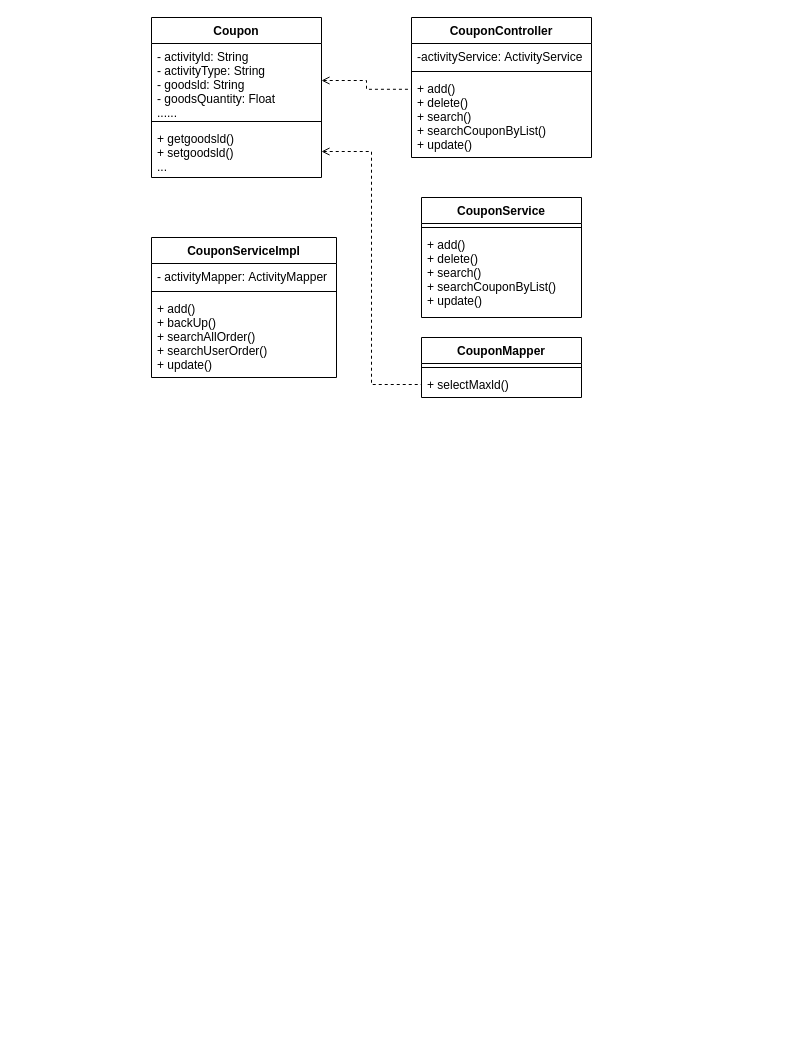
hongkingking/hkk keeps this draw.io diagram as page "Page-23" (22 of 23) of Untitled Diagram.drawio. Above is the earlier version. Source tidied: cells renumbered, new cells numbered last; positions are measured from the earlier drawing's top-left corner, leaving out a move shared by most shapes. Both pictures are drawn from the tidied source at 100%, with x=0, y=0 at pixel (151, 17).
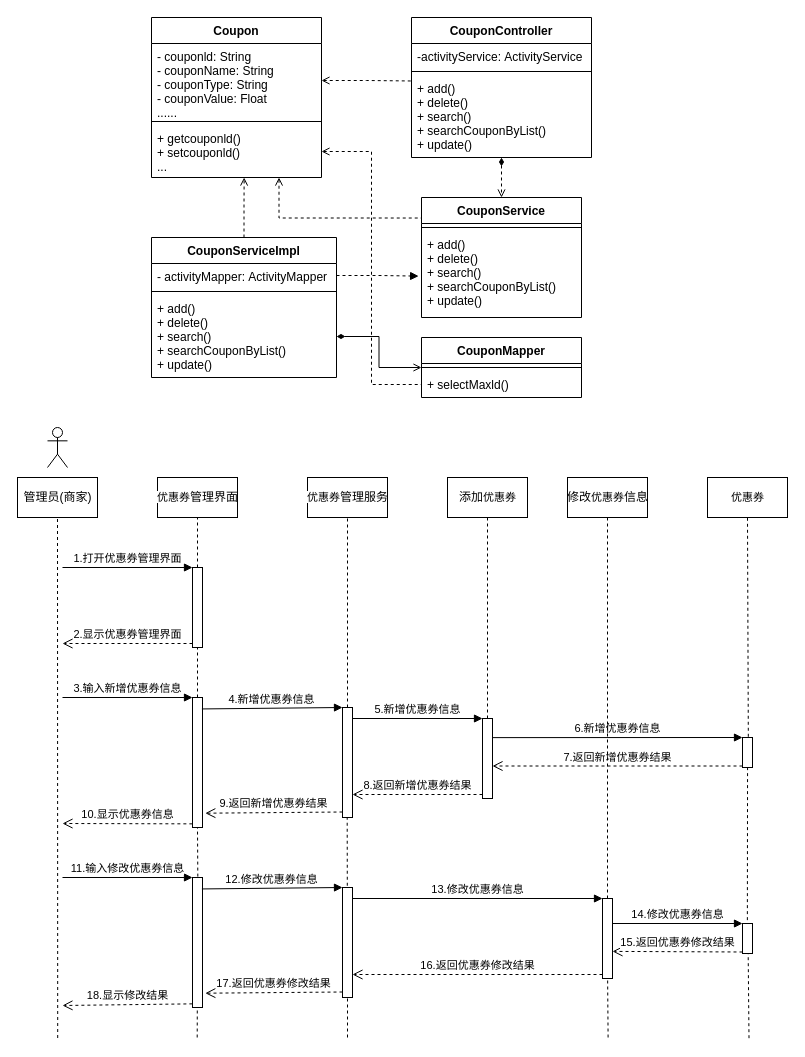
After the change.

Unchanged cells that the change refers to:
```xml
<mxCell id="2" value="CouponController" style="swimlane;fontStyle=1;align=center;verticalAlign=top;horizontal=1;startSize=26;" parent="1" vertex="1">
  <mxGeometry x="260" width="180" height="140" as="geometry" />
</mxCell>
<mxCell id="5" value="+ add()&#10;+ delete()&#10;+ search()&#10;+ searchCouponByList()&#10;+ update()&#10;" style="text;strokeColor=none;fillColor=none;align=left;verticalAlign=top;spacingLeft=4;spacingRight=4;overflow=hidden;points=[[0,0.5],[1,0.5]];portConstraint=eastwest;" parent="2" vertex="1">
  <mxGeometry y="58" width="180" height="82" as="geometry" />
</mxCell>
<mxCell id="6" value="Coupon" style="swimlane;fontStyle=1;align=center;verticalAlign=top;horizontal=1;startSize=26;" parent="1" vertex="1">
  <mxGeometry width="170" height="160" as="geometry" />
</mxCell>
<mxCell id="10" value="CouponService" style="swimlane;fontStyle=1;align=center;verticalAlign=top;horizontal=1;startSize=26;" parent="1" vertex="1">
  <mxGeometry x="270" y="180" width="160" height="120" as="geometry" />
</mxCell>
<mxCell id="12" value="+ add()&#10;+ delete()&#10;+ search()&#10;+ searchCouponByList()&#10;+ update()&#10;" style="text;strokeColor=none;fillColor=none;align=left;verticalAlign=top;spacingLeft=4;spacingRight=4;overflow=hidden;points=[[0,0.5],[1,0.5]];portConstraint=eastwest;" parent="10" vertex="1">
  <mxGeometry y="34" width="160" height="86" as="geometry" />
</mxCell>
<mxCell id="15" value="CouponServiceImpl" style="swimlane;fontStyle=1;align=center;verticalAlign=top;horizontal=1;startSize=26;" parent="1" vertex="1">
  <mxGeometry y="220" width="185" height="140" as="geometry" />
</mxCell>
<mxCell id="16" value="- activityMapper: ActivityMapper&#10;" style="text;strokeColor=none;fillColor=none;align=left;verticalAlign=top;spacingLeft=4;spacingRight=4;overflow=hidden;points=[[0,0.5],[1,0.5]];portConstraint=eastwest;" parent="15" vertex="1">
  <mxGeometry y="26" width="185" height="24" as="geometry" />
</mxCell>
<mxCell id="19" value="CouponMapper" style="swimlane;fontStyle=1;align=center;verticalAlign=top;horizontal=1;startSize=26;" parent="1" vertex="1">
  <mxGeometry x="270" y="320" width="160" height="60" as="geometry" />
</mxCell>
```

Diff of the diagram source:
```diff
@@
+    <mxCell id="24" style="edgeStyle=orthogonalEdgeStyle;rounded=0;jettySize=auto;html=1;exitX=0.5;exitY=1;exitDx=0;exitDy=0;entryX=0.5;entryY=0;entryDx=0;entryDy=0;dashed=1;startArrow=diamondThin;startFill=1;endArrow=open;endFill=0;" parent="1" edge="1" source="2" target="10">
+      <mxGeometry relative="1" as="geometry" />
+    </mxCell>
@@
+    <mxCell id="25" style="edgeStyle=orthogonalEdgeStyle;rounded=0;jettySize=auto;html=1;exitX=0.75;exitY=1;exitDx=0;exitDy=0;entryX=0.003;entryY=0.171;entryDx=0;entryDy=0;entryPerimeter=0;startArrow=open;startFill=0;endArrow=none;endFill=0;dashed=1;" parent="1" edge="1" source="6" target="10">
+      <mxGeometry relative="1" as="geometry" />
+    </mxCell>
@@
-    <mxCell id="7" value="- activityld: String&#10;- activityType: String&#10;- goodsld: String&#10;- goodsQuantity: Float&#10;...... " style="text;strokeColor=none;fillColor=none;align=left;verticalAlign=top;spacingLeft=4;spacingRight=4;overflow=hidden;points=[[0,0.5],[1,0.5]];portConstraint=eastwest;" parent="6" vertex="1">
+    <mxCell id="7" value="- couponld: String&#10;- couponName: String&#10;- couponType: String&#10;- couponValue: Float&#10;...... " style="text;strokeColor=none;fillColor=none;align=left;verticalAlign=top;spacingLeft=4;spacingRight=4;overflow=hidden;points=[[0,0.5],[1,0.5]];portConstraint=eastwest;" parent="6" vertex="1">
       <mxGeometry y="26" width="170" height="74" as="geometry" />
     </mxCell>
@@
-    <mxCell id="9" value="+ getgoodsld()&#10;+ setgoodsld()&#10;..." style="text;strokeColor=none;fillColor=none;align=left;verticalAlign=top;spacingLeft=4;spacingRight=4;overflow=hidden;points=[[0,0.5],[1,0.5]];portConstraint=eastwest;" parent="6" vertex="1">
+    <mxCell id="9" value="+ getcouponld()&#10;+ setcouponld()&#10;..." style="text;strokeColor=none;fillColor=none;align=left;verticalAlign=top;spacingLeft=4;spacingRight=4;overflow=hidden;points=[[0,0.5],[1,0.5]];portConstraint=eastwest;" parent="6" vertex="1">
       <mxGeometry y="108" width="170" height="52" as="geometry" />
     </mxCell>
@@
+    <mxCell id="26" style="edgeStyle=orthogonalEdgeStyle;rounded=0;jettySize=auto;html=1;exitX=0.5;exitY=0;exitDx=0;exitDy=0;entryX=0.545;entryY=1;entryDx=0;entryDy=0;entryPerimeter=0;dashed=1;startArrow=none;startFill=0;endArrow=open;endFill=0;" parent="1" edge="1" source="15" target="9">
+      <mxGeometry relative="1" as="geometry" />
+    </mxCell>
@@
-    <mxCell id="18" value="+ add()&#10;+ backUp()&#10;+ searchAllOrder()&#10;+ searchUserOrder()&#10;+ update()" style="text;strokeColor=none;fillColor=none;align=left;verticalAlign=top;spacingLeft=4;spacingRight=4;overflow=hidden;points=[[0,0.5],[1,0.5]];portConstraint=eastwest;" parent="15" vertex="1">
+    <mxCell id="18" value="+ add()&#10;+ delete()&#10;+ search()&#10;+ searchCouponByList()&#10;+ update()" style="text;strokeColor=none;fillColor=none;align=left;verticalAlign=top;spacingLeft=4;spacingRight=4;overflow=hidden;points=[[0,0.5],[1,0.5]];portConstraint=eastwest;" parent="15" vertex="1">
       <mxGeometry y="58" width="185" height="82" as="geometry" />
     </mxCell>
@@
-    <mxCell id="23" style="edgeStyle=orthogonalEdgeStyle;rounded=0;jettySize=auto;html=1;exitX=1;exitY=0.5;exitDx=0;exitDy=0;entryX=0.001;entryY=0.168;entryDx=0;entryDy=0;entryPerimeter=0;dashed=1;startArrow=open;startFill=0;endArrow=none;endFill=0;" parent="1" edge="1" source="7" target="5">
+    <mxCell id="23" style="edgeStyle=orthogonalEdgeStyle;rounded=0;jettySize=auto;html=1;exitX=1;exitY=0.5;exitDx=0;exitDy=0;entryX=0.005;entryY=0.067;entryDx=0;entryDy=0;entryPerimeter=0;dashed=1;startArrow=open;startFill=0;endArrow=none;endFill=0;" parent="1" edge="1" source="7" target="5">
       <mxGeometry relative="1" as="geometry" />
     </mxCell>
+    <mxCell id="27" style="edgeStyle=orthogonalEdgeStyle;rounded=0;jettySize=auto;html=1;exitX=1;exitY=0.5;exitDx=0;exitDy=0;entryX=-0.018;entryY=0.519;entryDx=0;entryDy=0;entryPerimeter=0;dashed=1;startArrow=none;startFill=0;endArrow=block;endFill=1;" parent="1" edge="1" source="16" target="12">
+      <mxGeometry relative="1" as="geometry" />
+    </mxCell>
+    <mxCell id="28" style="edgeStyle=orthogonalEdgeStyle;rounded=0;jettySize=auto;html=1;exitX=1;exitY=0.5;exitDx=0;exitDy=0;entryX=0;entryY=0.5;entryDx=0;entryDy=0;startArrow=diamondThin;startFill=1;endArrow=open;endFill=0;" parent="1" edge="1" source="18" target="19">
+      <mxGeometry relative="1" as="geometry" />
+    </mxCell>
+    <mxCell id="29" value="&lt;span style=&quot;font-size: 11px ; background-color: rgb(255 , 255 , 255)&quot;&gt;优惠券&lt;/span&gt;管理界面" style="html=1;strokeWidth=1;" parent="1" vertex="1">
+      <mxGeometry x="6" y="460" width="80" height="40" as="geometry" />
+    </mxCell>
+    <mxCell id="30" value="&lt;span style=&quot;font-size: 11px ; background-color: rgb(255 , 255 , 255)&quot;&gt;优惠券&lt;/span&gt;管理服务" style="html=1;strokeWidth=1;" parent="1" vertex="1">
+      <mxGeometry x="156" y="460" width="80" height="40" as="geometry" />
+    </mxCell>
+    <mxCell id="31" value="添加&lt;span style=&quot;font-size: 11px ; background-color: rgb(255 , 255 , 255)&quot;&gt;优惠券&lt;/span&gt;" style="html=1;strokeWidth=1;" parent="1" vertex="1">
+      <mxGeometry x="296" y="460" width="80" height="40" as="geometry" />
+    </mxCell>
+    <mxCell id="32" value="修改&lt;span style=&quot;font-size: 11px ; background-color: rgb(255 , 255 , 255)&quot;&gt;优惠券&lt;/span&gt;信息" style="html=1;strokeWidth=1;" parent="1" vertex="1">
+      <mxGeometry x="416" y="460" width="80" height="40" as="geometry" />
+    </mxCell>
+    <mxCell id="33" value="&lt;span style=&quot;font-size: 11px ; background-color: rgb(255 , 255 , 255)&quot;&gt;优惠券&lt;/span&gt;" style="html=1;strokeWidth=1;" parent="1" vertex="1">
+      <mxGeometry x="556" y="460" width="80" height="40" as="geometry" />
+    </mxCell>
+    <mxCell id="34" style="html=1;points=[];perimeter=orthogonalPerimeter;strokeWidth=1;" parent="1" vertex="1">
+      <mxGeometry x="41" y="550" width="10" height="80" as="geometry" />
+    </mxCell>
+    <mxCell id="35" value="1.打开优惠券管理界面" style="html=1;verticalAlign=bottom;endArrow=block;entryX=0;entryY=0;rounded=0;" parent="1" edge="1" target="34">
+      <mxGeometry relative="1" as="geometry">
+        <mxPoint x="-89" y="550" as="sourcePoint" />
+      </mxGeometry>
+    </mxCell>
+    <mxCell id="36" value="2.显示优惠券管理界面" style="html=1;verticalAlign=bottom;endArrow=open;dashed=1;endSize=8;exitX=0;exitY=0.95;rounded=0;" parent="1" edge="1" source="34">
+      <mxGeometry relative="1" as="geometry">
+        <mxPoint x="-89" y="626" as="targetPoint" />
+      </mxGeometry>
+    </mxCell>
+    <mxCell id="37" style="html=1;points=[];perimeter=orthogonalPerimeter;strokeWidth=1;" parent="1" vertex="1">
+      <mxGeometry x="41" y="680" width="10" height="130" as="geometry" />
+    </mxCell>
+    <mxCell id="38" value="3.输入新增优惠券信息" style="html=1;verticalAlign=bottom;endArrow=block;entryX=0;entryY=0;rounded=0;" parent="1" edge="1" target="37">
+      <mxGeometry relative="1" as="geometry">
+        <mxPoint x="-89" y="680" as="sourcePoint" />
+      </mxGeometry>
+    </mxCell>
+    <mxCell id="39" value="10.显示优惠券信息" style="html=1;verticalAlign=bottom;endArrow=open;dashed=1;endSize=8;exitX=-0.013;exitY=0.972;rounded=0;exitDx=0;exitDy=0;exitPerimeter=0;" parent="1" edge="1" source="37">
+      <mxGeometry relative="1" as="geometry">
+        <mxPoint x="-89" y="806" as="targetPoint" />
+      </mxGeometry>
+    </mxCell>
+    <mxCell id="40" style="html=1;points=[];perimeter=orthogonalPerimeter;strokeWidth=1;" parent="1" vertex="1">
+      <mxGeometry x="191" y="690" width="10" height="110" as="geometry" />
+    </mxCell>
+    <mxCell id="41" value="4.新增优惠券信息" style="html=1;verticalAlign=bottom;endArrow=block;entryX=0;entryY=0;rounded=0;exitX=0.94;exitY=0.088;exitDx=0;exitDy=0;exitPerimeter=0;" parent="1" edge="1" source="37" target="40">
+      <mxGeometry relative="1" as="geometry" />
+    </mxCell>
+    <mxCell id="42" value="9.返回新增优惠券结果" style="html=1;verticalAlign=bottom;endArrow=open;dashed=1;endSize=8;exitX=0;exitY=0.95;rounded=0;entryX=1.28;entryY=0.89;entryDx=0;entryDy=0;entryPerimeter=0;" parent="1" edge="1" source="40" target="37">
+      <mxGeometry relative="1" as="geometry" />
+    </mxCell>
+    <mxCell id="43" style="html=1;points=[];perimeter=orthogonalPerimeter;strokeWidth=1;" parent="1" vertex="1">
+      <mxGeometry x="331" y="701" width="10" height="80" as="geometry" />
+    </mxCell>
+    <mxCell id="44" value="5.新增优惠券信息" style="html=1;verticalAlign=bottom;endArrow=block;entryX=0;entryY=0;rounded=0;" parent="1" edge="1" target="43">
+      <mxGeometry relative="1" as="geometry">
+        <mxPoint x="201" y="701" as="sourcePoint" />
+      </mxGeometry>
+    </mxCell>
+    <mxCell id="45" value="8.返回新增优惠券结果" style="html=1;verticalAlign=bottom;endArrow=open;dashed=1;endSize=8;exitX=0;exitY=0.95;rounded=0;" parent="1" edge="1" source="43">
+      <mxGeometry relative="1" as="geometry">
+        <mxPoint x="201" y="777" as="targetPoint" />
+      </mxGeometry>
+    </mxCell>
+    <mxCell id="46" style="html=1;points=[];perimeter=orthogonalPerimeter;strokeWidth=1;" parent="1" vertex="1">
+      <mxGeometry x="591" y="906" width="10" height="30" as="geometry" />
+    </mxCell>
+    <mxCell id="47" value="14.修改优惠券信息" style="html=1;verticalAlign=bottom;endArrow=block;entryX=0;entryY=0;rounded=0;" parent="1" edge="1" target="46">
+      <mxGeometry relative="1" as="geometry">
+        <mxPoint x="461" y="906" as="sourcePoint" />
+      </mxGeometry>
+    </mxCell>
+    <mxCell id="48" value="15.返回优惠券修改结果" style="html=1;verticalAlign=bottom;endArrow=open;dashed=1;endSize=8;exitX=0;exitY=0.95;rounded=0;entryX=0.996;entryY=0.449;entryDx=0;entryDy=0;entryPerimeter=0;" parent="1" edge="1" source="46">
+      <mxGeometry relative="1" as="geometry">
+        <mxPoint x="461" y="933.9" as="targetPoint" />
+      </mxGeometry>
+    </mxCell>
+    <mxCell id="49" style="html=1;points=[];perimeter=orthogonalPerimeter;strokeWidth=1;" parent="1" vertex="1">
+      <mxGeometry x="41" y="860" width="10" height="130" as="geometry" />
+    </mxCell>
+    <mxCell id="50" value="11.输入修改优惠券信息" style="html=1;verticalAlign=bottom;endArrow=block;entryX=0;entryY=0;rounded=0;" parent="1" edge="1" target="49">
+      <mxGeometry relative="1" as="geometry">
+        <mxPoint x="-89" y="860" as="sourcePoint" />
+      </mxGeometry>
+    </mxCell>
+    <mxCell id="51" value="18.显示修改结果" style="html=1;verticalAlign=bottom;endArrow=open;dashed=1;endSize=8;exitX=-0.013;exitY=0.972;rounded=0;exitDx=0;exitDy=0;exitPerimeter=0;" parent="1" edge="1" source="49">
+      <mxGeometry relative="1" as="geometry">
+        <mxPoint x="-89" y="988" as="targetPoint" />
+      </mxGeometry>
+    </mxCell>
+    <mxCell id="52" style="html=1;points=[];perimeter=orthogonalPerimeter;strokeWidth=1;" parent="1" vertex="1">
+      <mxGeometry x="191" y="870" width="10" height="110" as="geometry" />
+    </mxCell>
+    <mxCell id="53" value="12.修改优惠券信息" style="html=1;verticalAlign=bottom;endArrow=block;entryX=0;entryY=0;rounded=0;exitX=0.94;exitY=0.088;exitDx=0;exitDy=0;exitPerimeter=0;" parent="1" edge="1" source="49" target="52">
+      <mxGeometry relative="1" as="geometry" />
+    </mxCell>
+    <mxCell id="54" value="17.返回优惠券修改结果" style="html=1;verticalAlign=bottom;endArrow=open;dashed=1;endSize=8;exitX=0;exitY=0.95;rounded=0;entryX=1.28;entryY=0.89;entryDx=0;entryDy=0;entryPerimeter=0;" parent="1" edge="1" source="52" target="49">
+      <mxGeometry relative="1" as="geometry" />
+    </mxCell>
+    <mxCell id="55" style="html=1;points=[];perimeter=orthogonalPerimeter;strokeWidth=1;" parent="1" vertex="1">
+      <mxGeometry x="451" y="881" width="10" height="80" as="geometry" />
+    </mxCell>
+    <mxCell id="56" value="13.修改优惠券信息" style="html=1;verticalAlign=bottom;endArrow=block;entryX=0;entryY=0;rounded=0;" parent="1" edge="1" target="55">
+      <mxGeometry relative="1" as="geometry">
+        <mxPoint x="201" y="881" as="sourcePoint" />
+      </mxGeometry>
+    </mxCell>
+    <mxCell id="57" value="16.返回优惠券修改结果" style="html=1;verticalAlign=bottom;endArrow=open;dashed=1;endSize=8;exitX=0;exitY=0.95;rounded=0;" parent="1" edge="1" source="55">
+      <mxGeometry relative="1" as="geometry">
+        <mxPoint x="201" y="957" as="targetPoint" />
+      </mxGeometry>
+    </mxCell>
+    <mxCell id="58" style="html=1;points=[];perimeter=orthogonalPerimeter;strokeWidth=1;" parent="1" vertex="1">
+      <mxGeometry x="591" y="720" width="10" height="30" as="geometry" />
+    </mxCell>
+    <mxCell id="59" value="6.新增优惠券信息" style="html=1;verticalAlign=bottom;endArrow=block;entryX=0;entryY=0;rounded=0;exitX=0.974;exitY=0.239;exitDx=0;exitDy=0;exitPerimeter=0;" parent="1" edge="1" source="43" target="58">
+      <mxGeometry relative="1" as="geometry" />
+    </mxCell>
+    <mxCell id="60" value="7.返回新增优惠券结果" style="html=1;verticalAlign=bottom;endArrow=open;dashed=1;endSize=8;exitX=0;exitY=0.95;rounded=0;" parent="1" edge="1" source="58" target="43">
+      <mxGeometry relative="1" as="geometry" />
+    </mxCell>
+    <mxCell id="61" style="endArrow=none;dashed=1;html=1;rounded=0;entryX=0.5;entryY=1;entryDx=0;entryDy=0;" parent="1" edge="1" source="34" target="29">
+      <mxGeometry relative="1" as="geometry" />
+    </mxCell>
+    <mxCell id="62" style="endArrow=none;dashed=1;html=1;rounded=0;entryX=0.5;entryY=1;entryDx=0;entryDy=0;" parent="1" edge="1" source="40" target="30">
+      <mxGeometry relative="1" as="geometry" />
+    </mxCell>
+    <mxCell id="63" style="endArrow=none;dashed=1;html=1;rounded=0;entryX=0.5;entryY=1;entryDx=0;entryDy=0;" parent="1" edge="1" source="43" target="31">
+      <mxGeometry relative="1" as="geometry" />
+    </mxCell>
+    <mxCell id="64" style="endArrow=none;dashed=1;html=1;rounded=0;entryX=0.5;entryY=1;entryDx=0;entryDy=0;" parent="1" edge="1" source="55" target="32">
+      <mxGeometry relative="1" as="geometry" />
+    </mxCell>
+    <mxCell id="65" style="endArrow=none;dashed=1;html=1;rounded=0;entryX=0.5;entryY=1;entryDx=0;entryDy=0;exitX=0.582;exitY=-0.024;exitDx=0;exitDy=0;exitPerimeter=0;" parent="1" edge="1" source="58" target="33">
+      <mxGeometry relative="1" as="geometry" />
+    </mxCell>
+    <mxCell id="66" style="endArrow=none;dashed=1;html=1;rounded=0;" parent="1" edge="1">
+      <mxGeometry relative="1" as="geometry">
+        <mxPoint x="46" y="680" as="sourcePoint" />
+        <mxPoint x="46" y="630" as="targetPoint" />
+      </mxGeometry>
+    </mxCell>
+    <mxCell id="67" style="endArrow=none;dashed=1;html=1;rounded=0;exitX=0.532;exitY=-0.007;exitDx=0;exitDy=0;exitPerimeter=0;" parent="1" edge="1" source="49">
+      <mxGeometry relative="1" as="geometry">
+        <mxPoint x="46" y="810" as="targetPoint" />
+      </mxGeometry>
+    </mxCell>
+    <mxCell id="68" style="endArrow=none;dashed=1;html=1;rounded=0;exitX=0.205;exitY=0.5;exitDx=0;exitDy=0;exitPerimeter=0;" parent="1" edge="1">
+      <mxGeometry relative="1" as="geometry">
+        <mxPoint x="45.7" y="1020" as="sourcePoint" />
+        <mxPoint x="45.8" y="990" as="targetPoint" />
+      </mxGeometry>
+    </mxCell>
+    <mxCell id="69" style="endArrow=none;dashed=1;html=1;rounded=0;entryX=0.5;entryY=1.001;entryDx=0;entryDy=0;entryPerimeter=0;exitX=0.411;exitY=0.503;exitDx=0;exitDy=0;exitPerimeter=0;" parent="1" edge="1" target="52">
+      <mxGeometry relative="1" as="geometry">
+        <mxPoint x="196" y="1020" as="sourcePoint" />
+      </mxGeometry>
+    </mxCell>
+    <mxCell id="70" style="endArrow=none;dashed=1;html=1;rounded=0;exitX=0.48;exitY=-0.016;exitDx=0;exitDy=0;exitPerimeter=0;entryX=0.469;entryY=1.004;entryDx=0;entryDy=0;entryPerimeter=0;" parent="1" edge="1" source="52" target="40">
+      <mxGeometry relative="1" as="geometry" />
+    </mxCell>
+    <mxCell id="71" style="endArrow=none;dashed=1;html=1;rounded=0;entryX=0.513;entryY=1.008;entryDx=0;entryDy=0;entryPerimeter=0;exitX=0.768;exitY=0.503;exitDx=0;exitDy=0;exitPerimeter=0;" parent="1" edge="1" target="55">
+      <mxGeometry relative="1" as="geometry">
+        <mxPoint x="456.6" y="1020" as="sourcePoint" />
+      </mxGeometry>
+    </mxCell>
+    <mxCell id="72" style="endArrow=none;dashed=1;html=1;rounded=0;entryX=0.568;entryY=0.989;entryDx=0;entryDy=0;entryPerimeter=0;exitX=0.961;exitY=0.591;exitDx=0;exitDy=0;exitPerimeter=0;" parent="1" edge="1" target="46">
+      <mxGeometry relative="1" as="geometry">
+        <mxPoint x="597.5" y="1020.7" as="sourcePoint" />
+      </mxGeometry>
+    </mxCell>
+    <mxCell id="73" style="endArrow=none;dashed=1;html=1;rounded=0;entryX=0.486;entryY=-0.017;entryDx=0;entryDy=0;exitX=0.506;exitY=0.988;exitDx=0;exitDy=0;exitPerimeter=0;entryPerimeter=0;" parent="1" edge="1" source="58" target="46">
+      <mxGeometry relative="1" as="geometry" />
+    </mxCell>
+    <mxCell id="74" value="管理员(商家)" style="html=1;strokeWidth=1;" parent="1" vertex="1">
+      <mxGeometry x="-134" y="460" width="80" height="40" as="geometry" />
+    </mxCell>
+    <mxCell id="75" style="endArrow=none;dashed=1;html=1;rounded=0;entryX=0.5;entryY=1;entryDx=0;entryDy=0;exitX=0.014;exitY=0.567;exitDx=0;exitDy=0;exitPerimeter=0;" parent="1" edge="1" target="74">
+      <mxGeometry relative="1" as="geometry">
+        <mxPoint x="-93.8" y="1020.5" as="sourcePoint" />
+      </mxGeometry>
+    </mxCell>
+    <mxCell id="76" style="shape=umlActor;verticalLabelPosition=bottom;verticalAlign=top;html=1;" parent="1" vertex="1">
+      <mxGeometry x="-104" y="410" width="20" height="40" as="geometry" />
+    </mxCell>
```
